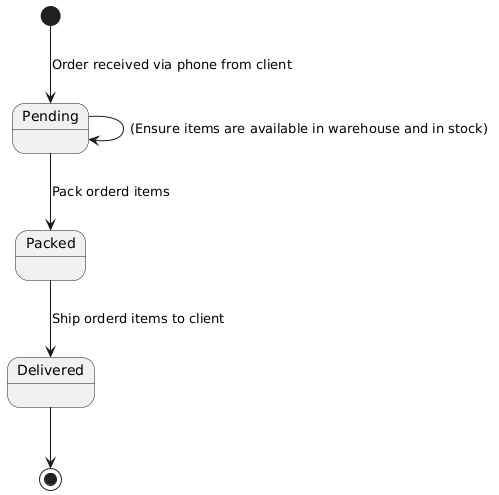
Above: docs/UML/order-state-diagram.png in ahmetDev7/projecthr (PlantUML), before the change. Its diagram source:
```plantuml
@startuml
[*] --> Pending : Order received via phone from client

state "Pending" as Pending
state "Packed" as Packed
state "Delivered" as Delivered

Pending --> Pending: (Ensure items are available in warehouse and in stock)
Pending --> Packed : Pack orderd items
Packed --> Delivered : Ship orderd items to client

Delivered --> [*]
@enduml
```
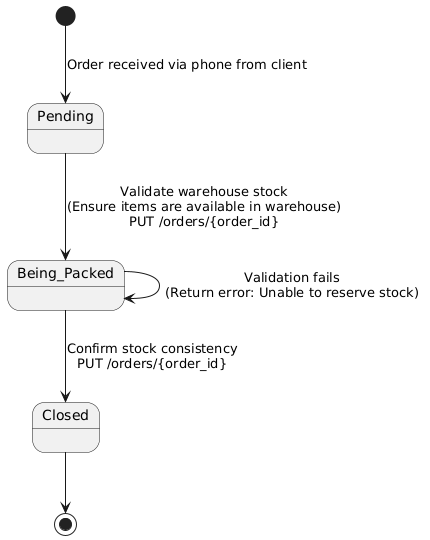
Later version of the same file.

Commit message:
docs(StateDiagram): update shipment and order state diagrams inline with code with images

Diff of the diagram source:
```diff
@@ -2,12 +2,13 @@
 [*] --> Pending : Order received via phone from client
 
 state "Pending" as Pending
-state "Packed" as Packed
-state "Delivered" as Delivered
+state "Being_Packed" as Being_Packed
+state "Closed" as Closed
 
-Pending --> Pending: (Ensure items are available in warehouse and in stock)
-Pending --> Packed : Pack orderd items
-Packed --> Delivered : Ship orderd items to client
+Pending --> Being_Packed: Validate warehouse stock\n(Ensure items are available in warehouse)\nPUT /orders/{order_id}
+Being_Packed--> Being_Packed: Validation fails\n(Return error: Unable to reserve stock)
+Being_Packed--> Closed: Confirm stock consistency\nPUT /orders/{order_id}
 
-Delivered --> [*]
+
+Closed--> [*]
 @enduml
```
